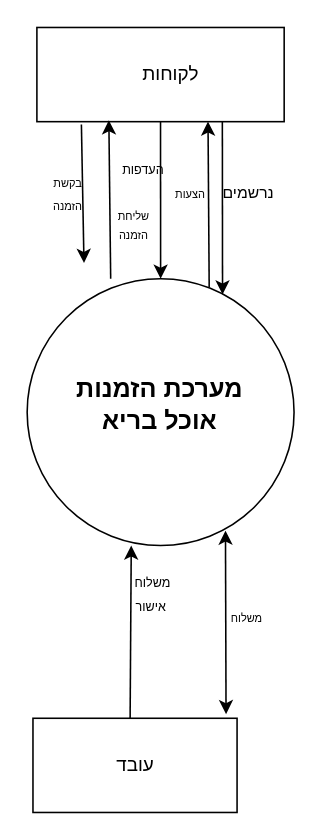
Above: Context-diagram.drawio in nawrasfaour/OurFoodProj (draw.io), before the change. Source tidied: cells renumbered, new cells numbered last; positions are measured from the earlier drawing's top-left corner, leaving out a move shared by most shapes. Both pictures are drawn from the tidied source at 157%, with x=0, y=0 at pixel (27, 27).
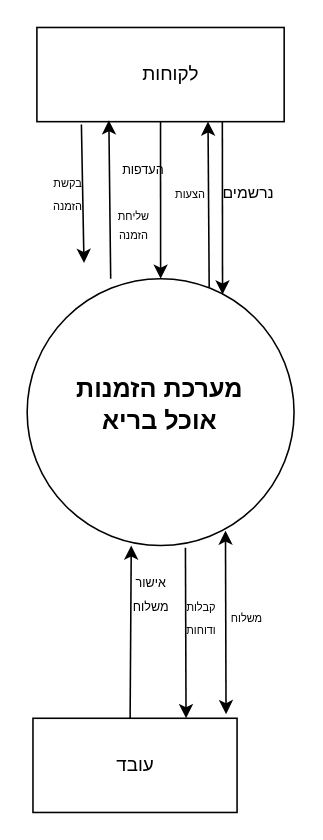
The same diagram, later.

Unchanged cells that the change refers to:
```xml
<mxCell id="2" style="ellipse;whiteSpace=wrap;html=1;" parent="1" vertex="1">
  <mxGeometry x="-0.2" y="160" width="170" height="170" as="geometry" />
</mxCell>
<mxCell id="10" style="rounded=0;whiteSpace=wrap;html=1;" parent="1" vertex="1">
  <mxGeometry x="3.5" y="440" width="130" height="60" as="geometry" />
</mxCell>
```

Change to the diagram source:
```diff
@@
-    <mxCell id="21" value="&lt;font style=&quot;font-size: 8px;&quot;&gt;&amp;nbsp;משלוח&lt;/font&gt;&lt;div&gt;&lt;font style=&quot;font-size: 8px;&quot;&gt;אישור&lt;/font&gt;&lt;/div&gt;" style="text;html=1;align=center;verticalAlign=middle;whiteSpace=wrap;rounded=0;" parent="1" vertex="1">
+    <mxCell id="21" value="&lt;span style=&quot;font-size: 8px;&quot;&gt;אישור משלוח&lt;/span&gt;" style="text;html=1;align=center;verticalAlign=middle;whiteSpace=wrap;rounded=0;" parent="1" vertex="1">
       <mxGeometry x="58.5" y="350" width="40" height="20" as="geometry" />
     </mxCell>
+    <mxCell id="22" style="endArrow=classic;html=1;rounded=0;exitX=0.593;exitY=1.008;exitDx=0;exitDy=0;exitPerimeter=0;entryX=0.75;entryY=0;entryDx=0;entryDy=0;" parent="1" edge="1" source="2" target="10">
+      <mxGeometry relative="1" as="geometry" />
+    </mxCell>
+    <mxCell id="23" value="&lt;font style=&quot;font-size: 7px;&quot;&gt;קבלות ודוחות&lt;/font&gt;" style="text;html=1;align=center;verticalAlign=middle;whiteSpace=wrap;rounded=0;" parent="1" vertex="1">
+      <mxGeometry x="101" y="360" width="20" height="30" as="geometry" />
+    </mxCell>
```
